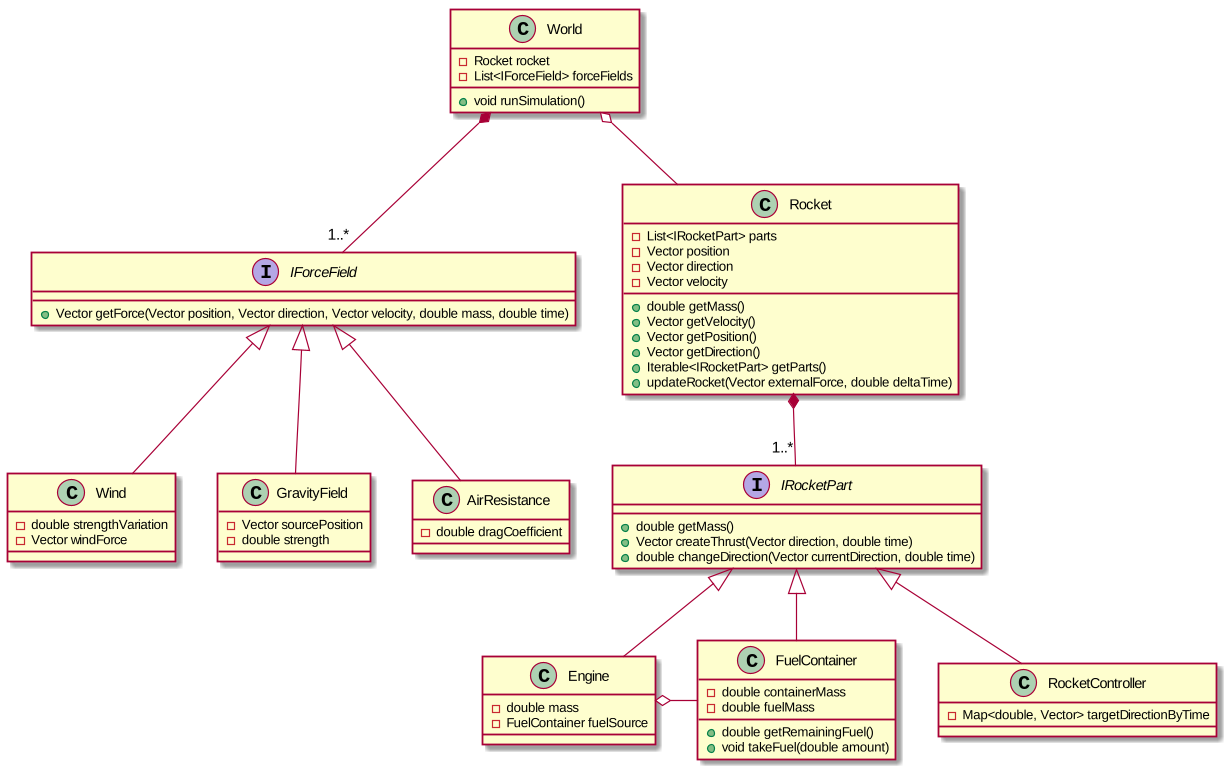
Earlier version of the PlantUML export docs/uml_diagram.png (szyminson/oop-project).
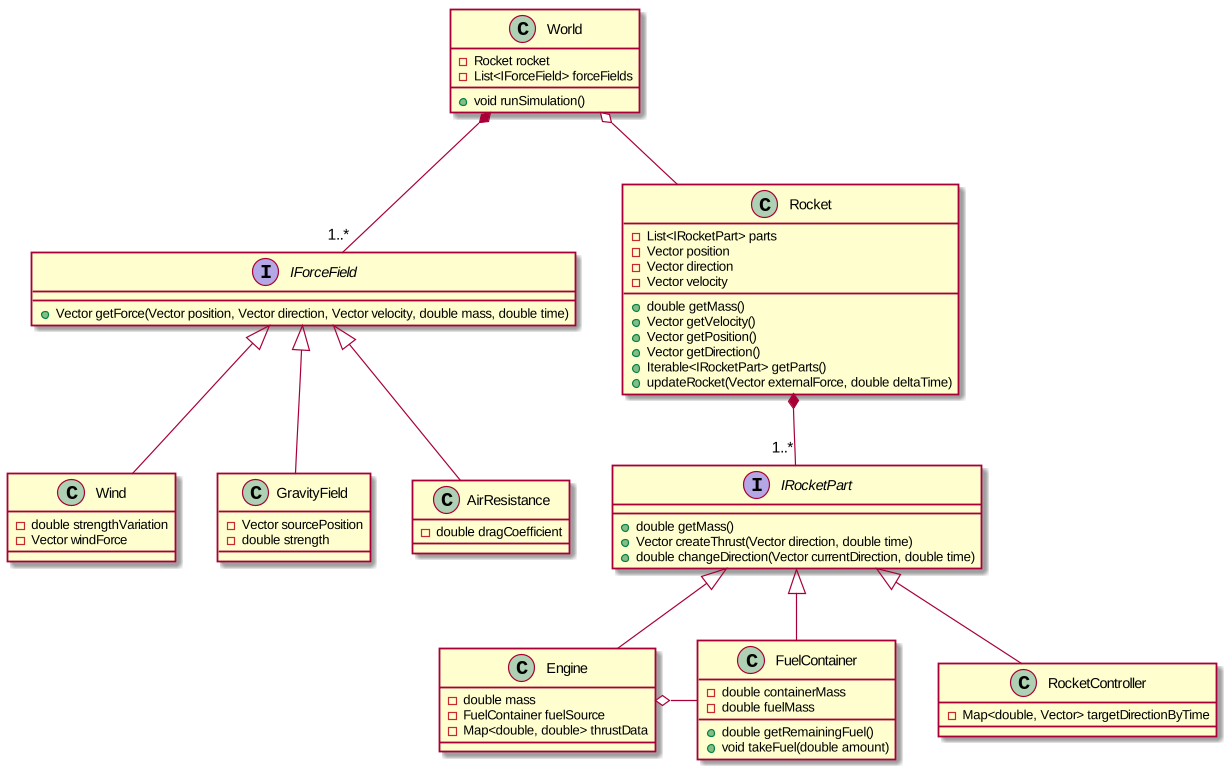
After the change.

Commit message:
Class diagram: Add trust data field to engine

Diff of the diagram source:
```diff
@@ -43,6 +43,7 @@
 class Engine {
   - double mass
   - FuelContainer fuelSource
+  - Map<double, double> thrustData
 }
 
 class FuelContainer {
```
